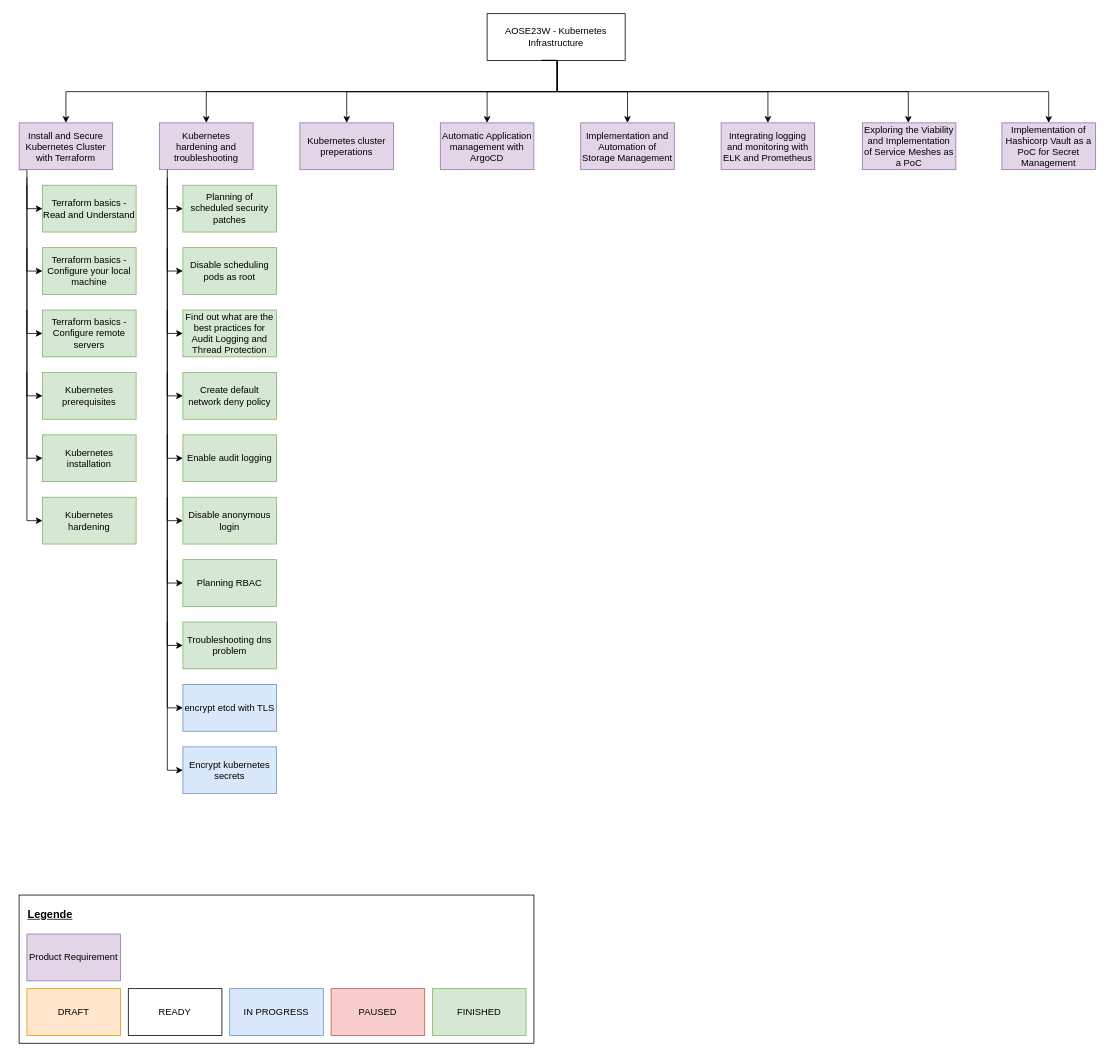
Before: uni-bsc/product-requirements-kubernetes-infrastructure.drawio in pogii123/drawio-charts, a draw.io diagram. Source tidied: cells renumbered, new cells numbered last; positions are measured from the earlier drawing's top-left corner, leaving out a move shared by most shapes. Both pictures are drawn from the tidied source at 78%, with x=0, y=0 at pixel (19, 13).
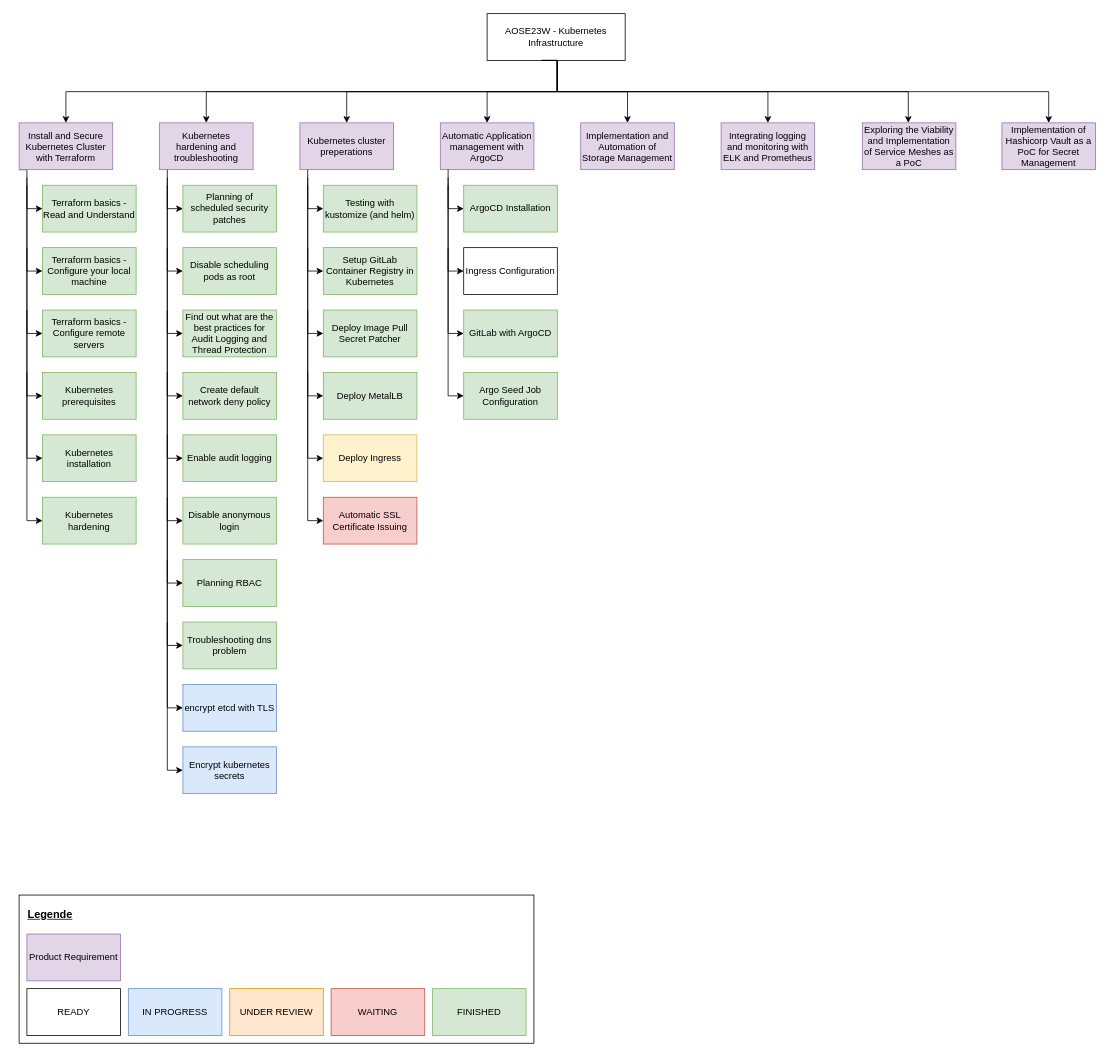
The same page after the edit.

Diff of the diagram source:
```diff
@@
-    <mxCell id="5" value="DRAFT" style="rounded=0;whiteSpace=wrap;html=1;fillColor=#ffe6cc;strokeColor=#d79b00;" parent="1" vertex="1">
-      <mxGeometry x="10" y="1250" width="120" height="60" as="geometry" />
+    <mxCell id="5" value="WAITING" style="rounded=0;whiteSpace=wrap;html=1;fillColor=#f8cecc;strokeColor=#b85450;" parent="1" vertex="1">
+      <mxGeometry x="400" y="1250" width="120" height="60" as="geometry" />
     </mxCell>
     <mxCell id="6" value="READY" style="rounded=0;whiteSpace=wrap;html=1;" parent="1" vertex="1">
-      <mxGeometry x="140" y="1250" width="120" height="60" as="geometry" />
+      <mxGeometry x="10" y="1250" width="120" height="60" as="geometry" />
     </mxCell>
     <mxCell id="7" value="IN PROGRESS" style="rounded=0;whiteSpace=wrap;html=1;fillColor=#dae8fc;strokeColor=#6c8ebf;" parent="1" vertex="1">
-      <mxGeometry x="270" y="1250" width="120" height="60" as="geometry" />
+      <mxGeometry x="140" y="1250" width="120" height="60" as="geometry" />
     </mxCell>
-    <mxCell id="8" value="PAUSED" style="rounded=0;whiteSpace=wrap;html=1;fillColor=#f8cecc;strokeColor=#b85450;" parent="1" vertex="1">
-      <mxGeometry x="400" y="1250" width="120" height="60" as="geometry" />
+    <mxCell id="8" value="UNDER REVIEW" style="rounded=0;whiteSpace=wrap;html=1;fillColor=#ffe6cc;strokeColor=#d79b00;" parent="1" vertex="1">
+      <mxGeometry x="270" y="1250" width="120" height="60" as="geometry" />
     </mxCell>
@@
+    <mxCell id="59" style="edgeStyle=orthogonalEdgeStyle;rounded=0;jettySize=auto;html=1;entryX=0;entryY=0.5;entryDx=0;entryDy=0;" parent="1" edge="1" target="60">
+      <mxGeometry relative="1" as="geometry">
+        <mxPoint x="370" y="200" as="sourcePoint" />
+        <Array as="points">
+          <mxPoint x="370" y="200" />
+          <mxPoint x="370" y="250" />
+        </Array>
+      </mxGeometry>
+    </mxCell>
+    <mxCell id="60" value="Testing with kustomize (and helm)" style="rounded=0;whiteSpace=wrap;html=1;fillColor=#d5e8d4;strokeColor=#82b366;" parent="1" vertex="1">
+      <mxGeometry x="390" y="220" width="120" height="60" as="geometry" />
+    </mxCell>
+    <mxCell id="61" value="Setup GitLab Container Registry in Kubernetes" style="rounded=0;whiteSpace=wrap;html=1;fillColor=#d5e8d4;strokeColor=#82b366;" parent="1" vertex="1">
+      <mxGeometry x="390" y="300" width="120" height="60" as="geometry" />
+    </mxCell>
+    <mxCell id="62" value="Deploy Image Pull Secret Patcher" style="rounded=0;whiteSpace=wrap;html=1;fillColor=#d5e8d4;strokeColor=#82b366;" parent="1" vertex="1">
+      <mxGeometry x="390" y="380" width="120" height="60" as="geometry" />
+    </mxCell>
+    <mxCell id="63" value="Deploy MetalLB" style="rounded=0;whiteSpace=wrap;html=1;fillColor=#d5e8d4;strokeColor=#82b366;" parent="1" vertex="1">
+      <mxGeometry x="390" y="460" width="120" height="60" as="geometry" />
+    </mxCell>
+    <mxCell id="64" value="Deploy Ingress" style="rounded=0;whiteSpace=wrap;html=1;fillColor=#fff2cc;strokeColor=#d6b656;" parent="1" vertex="1">
+      <mxGeometry x="390" y="540" width="120" height="60" as="geometry" />
+    </mxCell>
+    <mxCell id="65" value="Automatic SSL Certificate Issuing" style="rounded=0;whiteSpace=wrap;html=1;fillColor=#f8cecc;strokeColor=#b85450;" parent="1" vertex="1">
+      <mxGeometry x="390" y="620" width="120" height="60" as="geometry" />
+    </mxCell>
+    <mxCell id="66" style="edgeStyle=orthogonalEdgeStyle;rounded=0;jettySize=auto;html=1;exitX=0;exitY=1;exitDx=0;exitDy=0;entryX=0;entryY=0.5;entryDx=0;entryDy=0;" parent="1" edge="1" target="61">
+      <mxGeometry relative="1" as="geometry">
+        <mxPoint x="370" y="210" as="sourcePoint" />
+        <Array as="points">
+          <mxPoint x="370" y="330" />
+        </Array>
+      </mxGeometry>
+    </mxCell>
+    <mxCell id="67" style="edgeStyle=orthogonalEdgeStyle;rounded=0;orthogonalLoop=1;jettySize=auto;html=1;exitX=0;exitY=1;exitDx=0;exitDy=0;" parent="1" edge="1">
+      <mxGeometry relative="1" as="geometry">
+        <mxPoint x="370" y="220" as="sourcePoint" />
+        <mxPoint x="390" y="410" as="targetPoint" />
+        <Array as="points">
+          <mxPoint x="370" y="410" />
+          <mxPoint x="390" y="410" />
+        </Array>
+      </mxGeometry>
+    </mxCell>
+    <mxCell id="68" style="edgeStyle=orthogonalEdgeStyle;rounded=0;orthogonalLoop=1;jettySize=auto;html=1;exitX=0;exitY=1;exitDx=0;exitDy=0;" parent="1" edge="1">
+      <mxGeometry relative="1" as="geometry">
+        <mxPoint x="370" y="300" as="sourcePoint" />
+        <mxPoint x="390" y="490" as="targetPoint" />
+        <Array as="points">
+          <mxPoint x="370" y="490" />
+          <mxPoint x="390" y="490" />
+        </Array>
+      </mxGeometry>
+    </mxCell>
+    <mxCell id="69" style="edgeStyle=orthogonalEdgeStyle;rounded=0;orthogonalLoop=1;jettySize=auto;html=1;exitX=0;exitY=1;exitDx=0;exitDy=0;" parent="1" edge="1">
+      <mxGeometry relative="1" as="geometry">
+        <mxPoint x="370" y="380" as="sourcePoint" />
+        <mxPoint x="390" y="570" as="targetPoint" />
+        <Array as="points">
+          <mxPoint x="370" y="570" />
+          <mxPoint x="390" y="570" />
+        </Array>
+      </mxGeometry>
+    </mxCell>
+    <mxCell id="70" style="edgeStyle=orthogonalEdgeStyle;rounded=0;orthogonalLoop=1;jettySize=auto;html=1;exitX=0;exitY=1;exitDx=0;exitDy=0;" parent="1" edge="1">
+      <mxGeometry relative="1" as="geometry">
+        <mxPoint x="370" y="460" as="sourcePoint" />
+        <mxPoint x="390" y="650" as="targetPoint" />
+        <Array as="points">
+          <mxPoint x="370" y="650" />
+          <mxPoint x="390" y="650" />
+        </Array>
+      </mxGeometry>
+    </mxCell>
+    <mxCell id="71" style="edgeStyle=orthogonalEdgeStyle;rounded=0;jettySize=auto;html=1;entryX=0;entryY=0.5;entryDx=0;entryDy=0;" parent="1" edge="1" target="72">
+      <mxGeometry relative="1" as="geometry">
+        <mxPoint x="550" y="200" as="sourcePoint" />
+        <Array as="points">
+          <mxPoint x="550" y="200" />
+          <mxPoint x="550" y="250" />
+        </Array>
+      </mxGeometry>
+    </mxCell>
+    <mxCell id="72" value="ArgoCD Installation" style="rounded=0;whiteSpace=wrap;html=1;fillColor=#d5e8d4;strokeColor=#82b366;" parent="1" vertex="1">
+      <mxGeometry x="570" y="220" width="120" height="60" as="geometry" />
+    </mxCell>
+    <mxCell id="73" value="Ingress Configuration" style="rounded=0;whiteSpace=wrap;html=1;" parent="1" vertex="1">
+      <mxGeometry x="570" y="300" width="120" height="60" as="geometry" />
+    </mxCell>
+    <mxCell id="74" value="GitLab with ArgoCD" style="rounded=0;whiteSpace=wrap;html=1;fillColor=#d5e8d4;strokeColor=#82b366;" parent="1" vertex="1">
+      <mxGeometry x="570" y="380" width="120" height="60" as="geometry" />
+    </mxCell>
+    <mxCell id="75" value="Argo Seed Job Configuration" style="rounded=0;whiteSpace=wrap;html=1;fillColor=#d5e8d4;strokeColor=#82b366;" parent="1" vertex="1">
+      <mxGeometry x="570" y="460" width="120" height="60" as="geometry" />
+    </mxCell>
+    <mxCell id="76" style="edgeStyle=orthogonalEdgeStyle;rounded=0;jettySize=auto;html=1;exitX=0;exitY=1;exitDx=0;exitDy=0;entryX=0;entryY=0.5;entryDx=0;entryDy=0;" parent="1" edge="1" target="73">
+      <mxGeometry relative="1" as="geometry">
+        <mxPoint x="550" y="210" as="sourcePoint" />
+        <Array as="points">
+          <mxPoint x="550" y="330" />
+        </Array>
+      </mxGeometry>
+    </mxCell>
+    <mxCell id="77" style="edgeStyle=orthogonalEdgeStyle;rounded=0;orthogonalLoop=1;jettySize=auto;html=1;exitX=0;exitY=1;exitDx=0;exitDy=0;" parent="1" edge="1">
+      <mxGeometry relative="1" as="geometry">
+        <mxPoint x="550" y="220" as="sourcePoint" />
+        <mxPoint x="570" y="410" as="targetPoint" />
+        <Array as="points">
+          <mxPoint x="550" y="410" />
+          <mxPoint x="570" y="410" />
+        </Array>
+      </mxGeometry>
+    </mxCell>
+    <mxCell id="78" style="edgeStyle=orthogonalEdgeStyle;rounded=0;orthogonalLoop=1;jettySize=auto;html=1;exitX=0;exitY=1;exitDx=0;exitDy=0;" parent="1" edge="1">
+      <mxGeometry relative="1" as="geometry">
+        <mxPoint x="550" y="300" as="sourcePoint" />
+        <mxPoint x="570" y="490" as="targetPoint" />
+        <Array as="points">
+          <mxPoint x="550" y="490" />
+          <mxPoint x="570" y="490" />
+        </Array>
+      </mxGeometry>
+    </mxCell>
```
